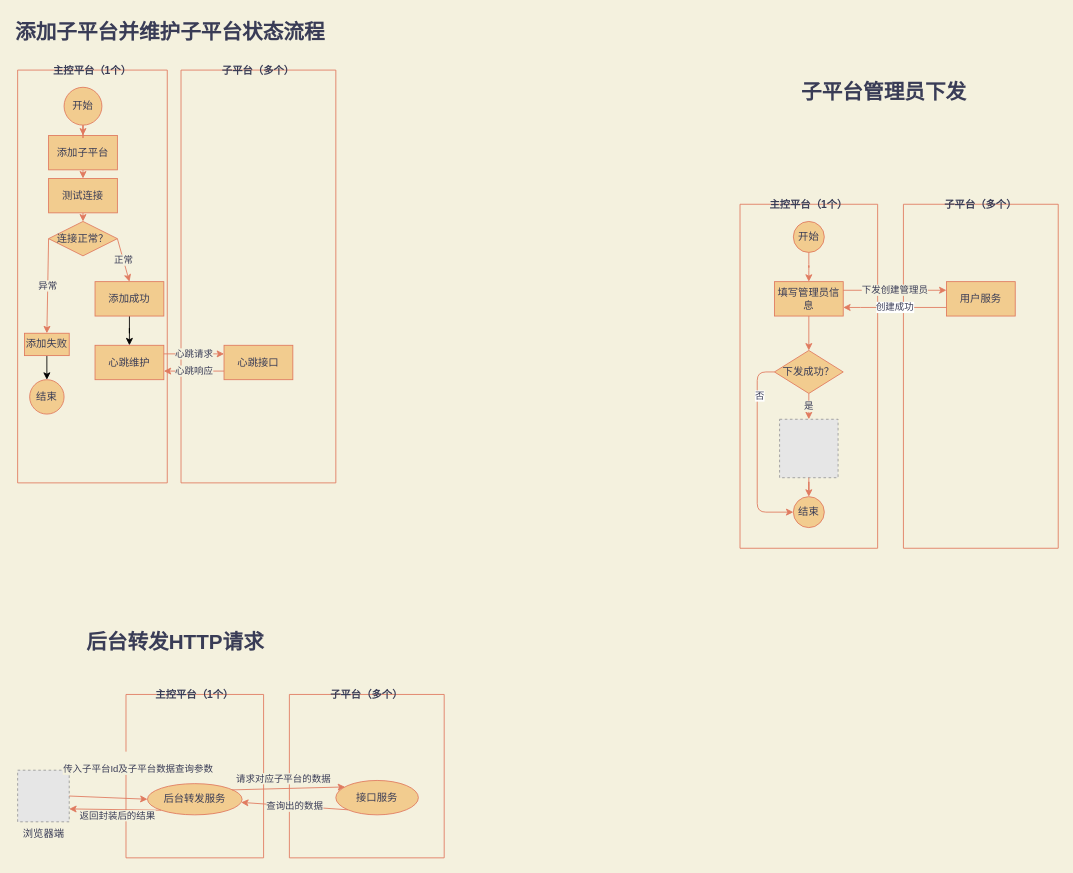
The draw.io diagram page "通用" (1 of 3) of test.drawio in Jarris3154/drawios, before the edit. Source tidied: cells renumbered, new cells numbered last; positions are measured from the earlier drawing's top-left corner, leaving out a move shared by most shapes. Both pictures are drawn from the tidied source at 86%, with x=0, y=0 at pixel (17, 15). Pictures stored in the file or linked from it are replaced by grey dashed boxes.
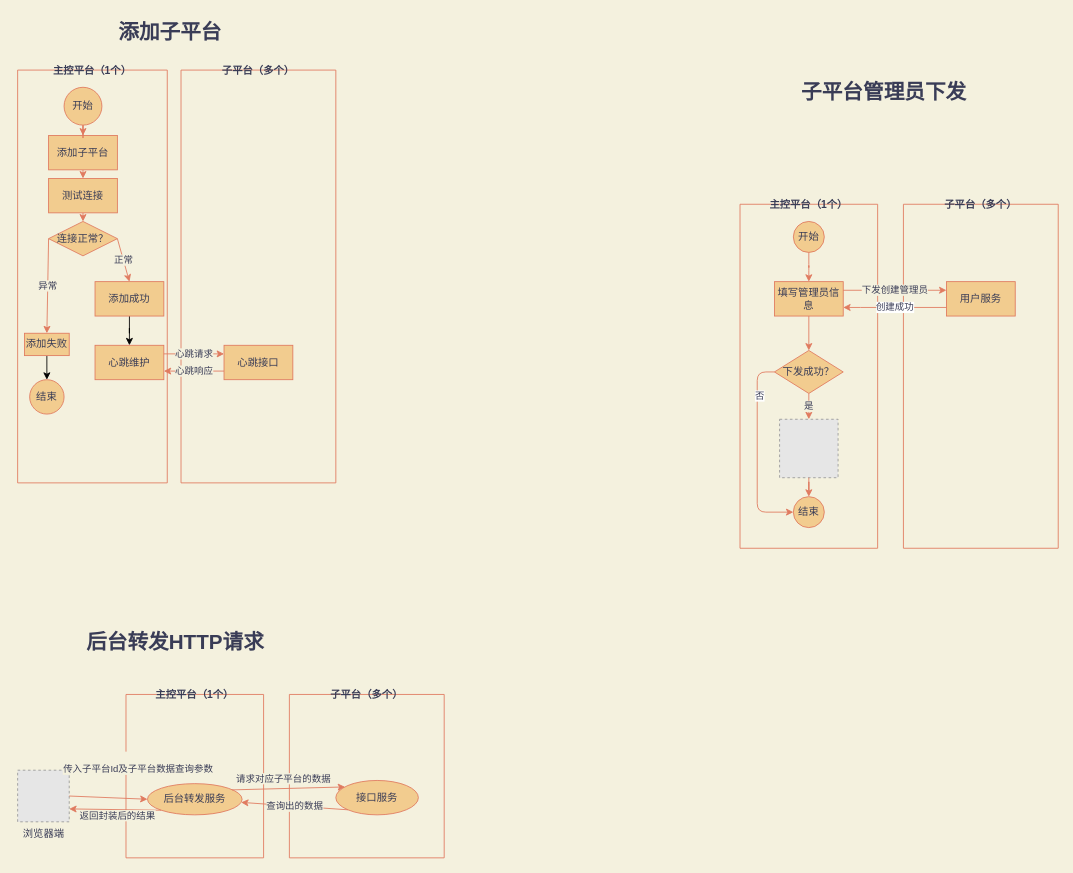
The same diagram, later.

The edit, as a diff of the source:
```diff
@@
-    <mxCell id="16" value="添加子平台并维护子平台状态流程" style="text;strokeColor=none;fillColor=none;html=1;fontSize=24;fontStyle=1;verticalAlign=middle;align=center;fontColor=#393C56;" parent="1" vertex="1">
+    <mxCell id="16" value="添加子平台" style="text;strokeColor=none;fillColor=none;html=1;fontSize=24;fontStyle=1;verticalAlign=middle;align=center;fontColor=#393C56;" parent="1" vertex="1">
       <mxGeometry width="354" height="40" as="geometry" />
     </mxCell>
```
